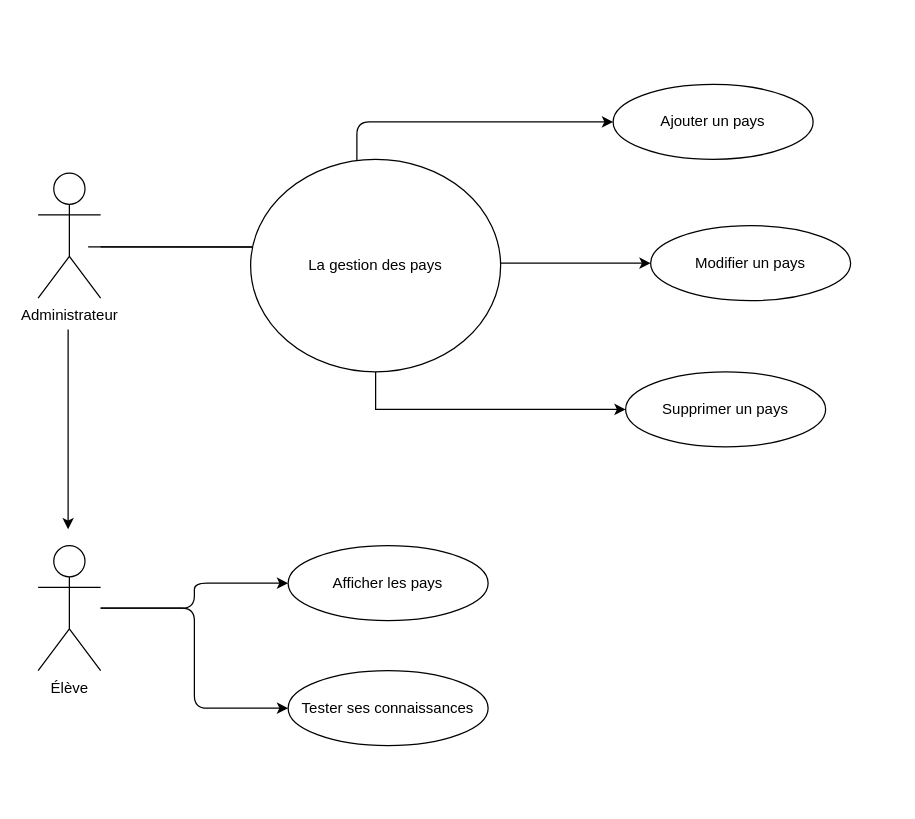
Before: Diagramme.drawio in Mohammed-Ben-Cheikh/Africa-Geo-Junior, a draw.io diagram. Source tidied: cells renumbered, new cells numbered last; positions are measured from the earlier drawing's top-left corner, leaving out a move shared by most shapes. Both pictures are drawn from the tidied source at 125%, with x=0, y=0 at pixel (38, 84).
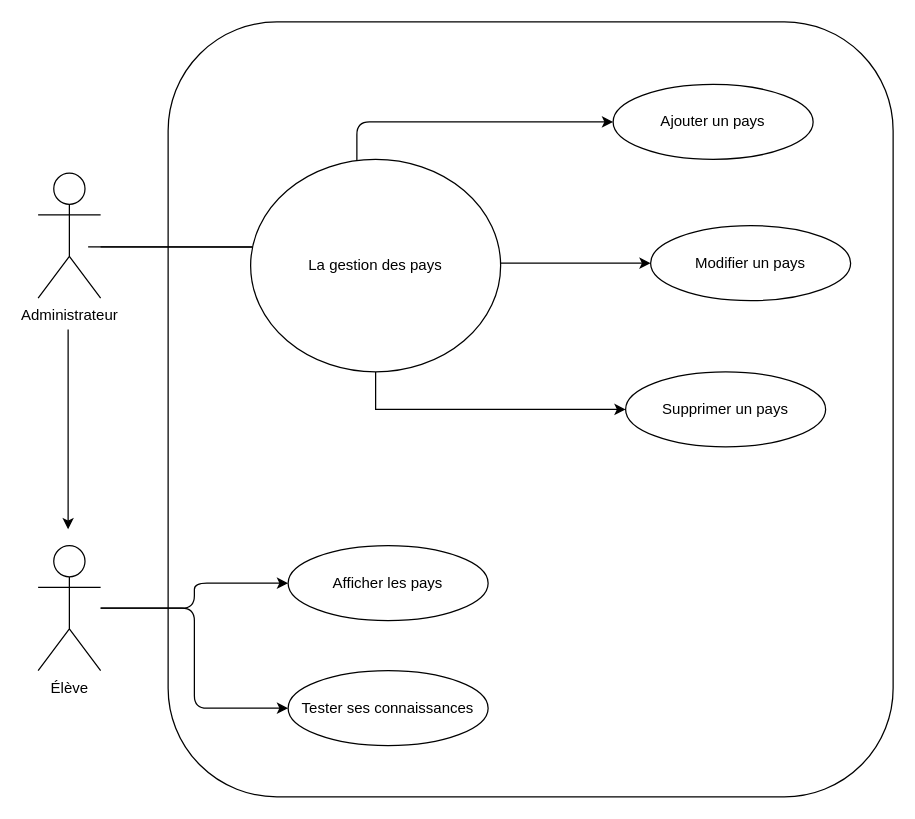
After the change.

Commit message:
Mettre à jour Diagramme.drawio

Diff of the diagram source:
```diff
@@
+    <mxCell id="16" style="rounded=1;whiteSpace=wrap;html=1;" parent="1" vertex="1">
+      <mxGeometry x="104" y="-50" width="580" height="620" as="geometry" />
+    </mxCell>
```
